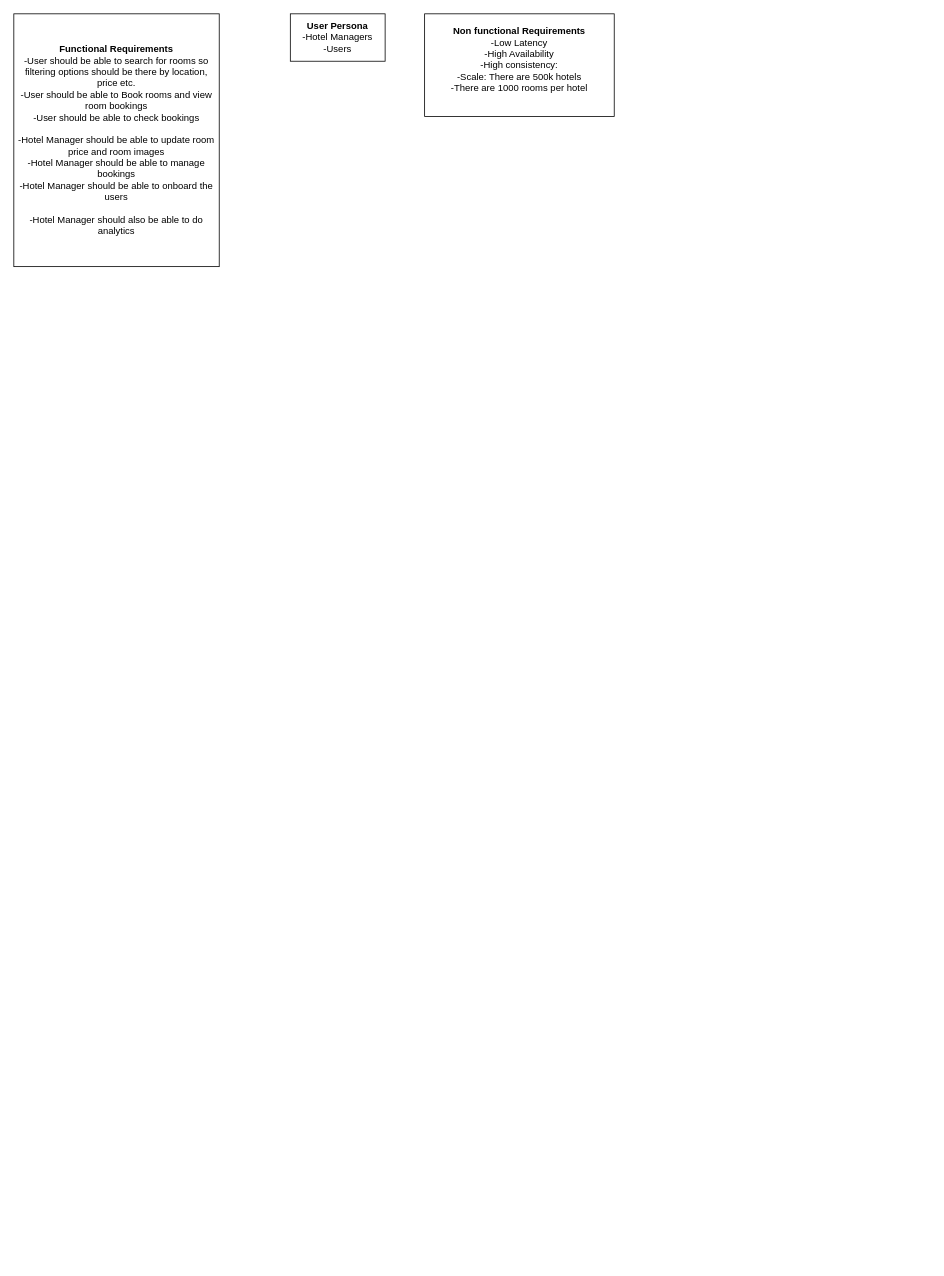
The draw.io diagram Untitled Diagram.drawio in arnavanuj/system_design, before the edit. Source tidied: cells renumbered, new cells numbered last; positions are measured from the earlier drawing's top-left corner, leaving out a move shared by most shapes. Both pictures are drawn from the tidied source at 79%, with x=0, y=0 at pixel (13, 13).
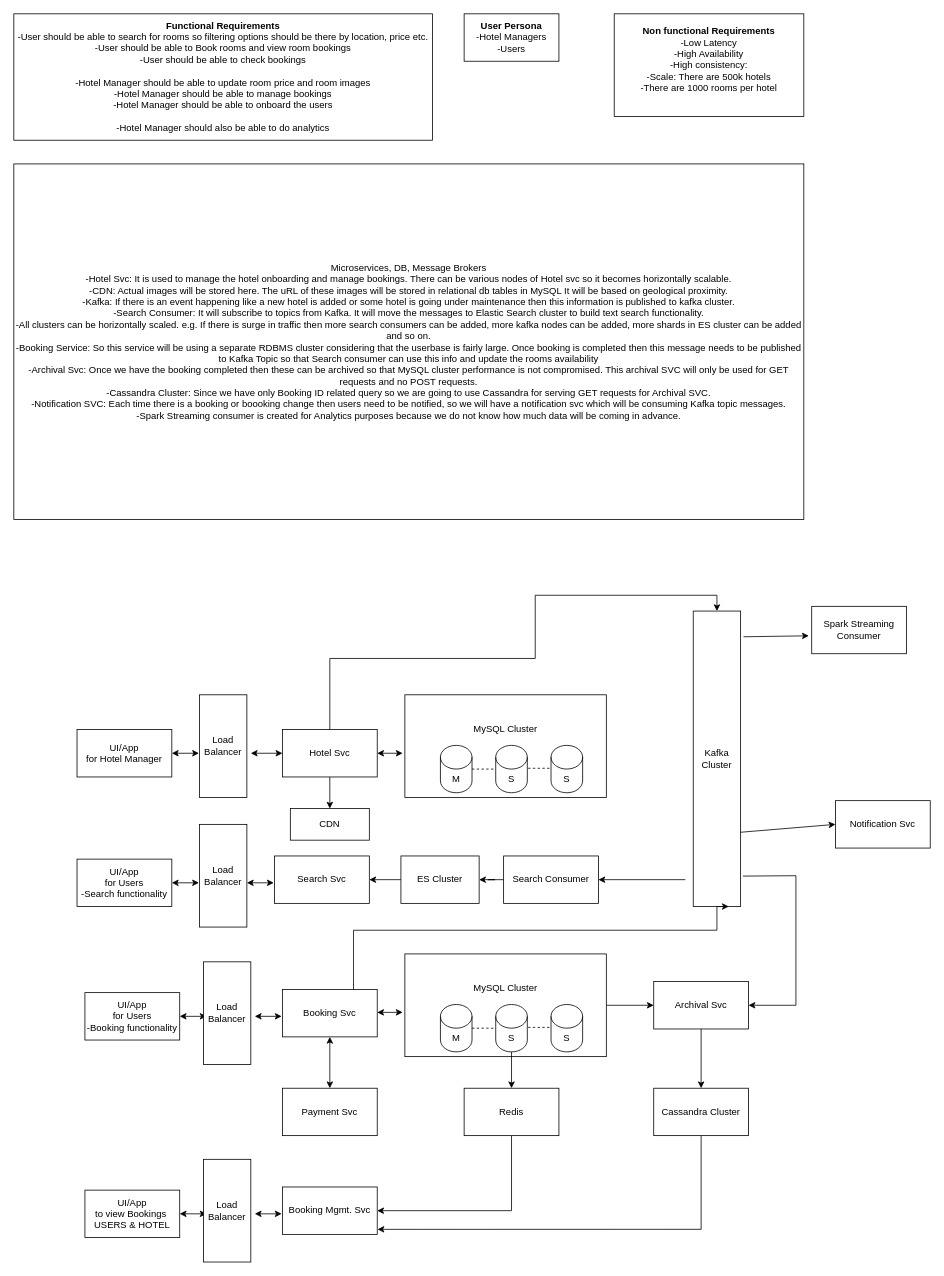
The same diagram, later.

Change to the diagram source:
```diff
@@
     <mxCell id="2" value="&lt;b&gt;User Persona&lt;/b&gt;&lt;div&gt;-Hotel Managers&lt;/div&gt;&lt;div&gt;-Users&lt;/div&gt;" style="rounded=0;whiteSpace=wrap;html=1;" parent="1" vertex="1">
-      <mxGeometry x="350" width="120" height="60" as="geometry" />
+      <mxGeometry x="570" width="120" height="60" as="geometry" />
     </mxCell>
     <mxCell id="3" value="Functional Requirements&lt;div&gt;&lt;span style=&quot;font-weight: normal;&quot;&gt;-User should be able to search for rooms so filtering options should be there by location, price etc.&lt;/span&gt;&lt;/div&gt;&lt;div&gt;&lt;span style=&quot;font-weight: normal;&quot;&gt;-User should be able to Book rooms and view room bookings&lt;/span&gt;&lt;/div&gt;&lt;div&gt;&lt;span style=&quot;font-weight: normal;&quot;&gt;-User should be able to check bookings&lt;/span&gt;&lt;/div&gt;&lt;div&gt;&lt;span style=&quot;font-weight: normal;&quot;&gt;&lt;br&gt;&lt;/span&gt;&lt;/div&gt;&lt;div&gt;&lt;span style=&quot;font-weight: normal;&quot;&gt;-Hotel Manager should be able to update room price and room images&lt;/span&gt;&lt;/div&gt;&lt;div&gt;&lt;span style=&quot;font-weight: normal;&quot;&gt;-Hotel Manager should be able to manage bookings&lt;/span&gt;&lt;/div&gt;&lt;div&gt;&lt;span style=&quot;font-weight: normal;&quot;&gt;-Hotel Manager should be able to onboard the users&lt;/span&gt;&lt;/div&gt;&lt;div&gt;&lt;span style=&quot;font-weight: normal;&quot;&gt;&lt;br&gt;&lt;/span&gt;&lt;/div&gt;&lt;div&gt;&lt;span style=&quot;font-weight: normal;&quot;&gt;-Hotel Manager should also be able to do analytics&lt;/span&gt;&lt;/div&gt;" style="rounded=0;whiteSpace=wrap;html=1;fontStyle=1;" parent="1" vertex="1">
-      <mxGeometry width="260" height="320" as="geometry" />
+      <mxGeometry width="530" height="160" as="geometry" />
     </mxCell>
     <mxCell id="4" value="&lt;b&gt;Non functional Requirements&lt;/b&gt;&lt;div&gt;-Low Latency&lt;/div&gt;&lt;div&gt;-High Availability&lt;/div&gt;&lt;div&gt;-High consistency:&lt;/div&gt;&lt;div&gt;-Scale: There are 500k hotels&lt;/div&gt;&lt;div&gt;-There are 1000 rooms per hotel&lt;/div&gt;&lt;div&gt;&lt;br&gt;&lt;/div&gt;" style="rounded=0;whiteSpace=wrap;html=1;fontStyle=0;" parent="1" vertex="1">
-      <mxGeometry x="520" width="240" height="130" as="geometry" />
+      <mxGeometry x="760" width="240" height="130" as="geometry" />
     </mxCell>
+    <mxCell id="5" value="UI/App&lt;div&gt;for Hotel Manager&lt;/div&gt;" style="rounded=0;whiteSpace=wrap;html=1;" parent="1" vertex="1">
+      <mxGeometry x="80" y="906" width="120" height="60" as="geometry" />
+    </mxCell>
+    <mxCell id="6" value="Microservices, DB, Message Brokers&lt;div&gt;-Hotel Svc: It is used to manage the hotel onboarding and manage bookings. There can be various nodes of Hotel svc so it becomes horizontally scalable.&lt;/div&gt;&lt;div&gt;-CDN: Actual images will be stored here. The uRL of these images will be stored in relational db tables in MySQL It will be based on geological proximity.&lt;/div&gt;&lt;div&gt;-Kafka: If there is an event happening like a new hotel is added or some hotel is going under maintenance then this information is published to kafka cluster.&lt;/div&gt;&lt;div&gt;-Search Consumer: It will subscribe to topics from Kafka. It will move the messages to Elastic Search cluster to build text search functionality.&lt;/div&gt;&lt;div&gt;-All clusters can be horizontally scaled. e.g. If there is surge in traffic then more search consumers can be added, more kafka nodes can be added, more shards in ES cluster can be added and so on.&lt;/div&gt;&lt;div&gt;-Booking Service: So this service will be using a separate RDBMS cluster considering that the userbase is fairly large. Once booking is completed then this message needs to be published to Kafka Topic so that Search consumer can use this info and update the rooms availability&lt;/div&gt;&lt;div&gt;-Archival Svc: Once we have the booking completed then these can be archived so that MySQL cluster performance is not compromised. This archival SVC will only be used for GET requests and no POST requests.&lt;/div&gt;&lt;div&gt;-Cassandra Cluster: Since we have only Booking ID related query so we are going to use Cassandra for serving GET requests for Archival SVC.&lt;/div&gt;&lt;div&gt;-Notification SVC: Each time there is a booking or boooking change then users need to be notified, so we will have a notification svc which will be consuming Kafka topic messages.&lt;/div&gt;&lt;div&gt;-Spark Streaming consumer is created for Analytics purposes because we do not know how much data will be coming in advance.&lt;/div&gt;" style="rounded=0;whiteSpace=wrap;html=1;" parent="1" vertex="1">
+      <mxGeometry y="190" width="1000" height="450" as="geometry" />
+    </mxCell>
+    <mxCell id="7" value="Load&lt;div&gt;Balancer&lt;/div&gt;" style="rounded=0;whiteSpace=wrap;html=1;" parent="1" vertex="1">
+      <mxGeometry x="235" y="862" width="60" height="130" as="geometry" />
+    </mxCell>
+    <mxCell id="8" style="endArrow=classic;startArrow=classic;html=1;rounded=0;entryX=-0.011;entryY=0.569;entryDx=0;entryDy=0;entryPerimeter=0;" parent="1" edge="1" target="7">
+      <mxGeometry relative="1" as="geometry">
+        <mxPoint x="200" y="936" as="sourcePoint" />
+      </mxGeometry>
+    </mxCell>
+    <mxCell id="9" style="edgeStyle=orthogonalEdgeStyle;rounded=0;jettySize=auto;html=1;" parent="1" edge="1" source="11" target="20">
+      <mxGeometry relative="1" as="geometry" />
+    </mxCell>
+    <mxCell id="10" style="edgeStyle=orthogonalEdgeStyle;rounded=0;jettySize=auto;html=1;entryX=0.5;entryY=0;entryDx=0;entryDy=0;" parent="1" edge="1" source="11" target="21">
+      <mxGeometry relative="1" as="geometry">
+        <Array as="points">
+          <mxPoint x="400" y="816" />
+          <mxPoint x="660" y="816" />
+          <mxPoint x="660" y="736" />
+          <mxPoint x="890" y="736" />
+        </Array>
+      </mxGeometry>
+    </mxCell>
+    <mxCell id="11" value="Hotel Svc" style="rounded=0;whiteSpace=wrap;html=1;" parent="1" vertex="1">
+      <mxGeometry x="340" y="906" width="120" height="60" as="geometry" />
+    </mxCell>
+    <mxCell id="12" value="MySQL Cluster&lt;div&gt;&lt;br&gt;&lt;/div&gt;&lt;div&gt;&lt;br&gt;&lt;/div&gt;&lt;div&gt;&lt;br&gt;&lt;/div&gt;" style="rounded=0;whiteSpace=wrap;html=1;" parent="1" vertex="1">
+      <mxGeometry x="495" y="862" width="255" height="130" as="geometry" />
+    </mxCell>
+    <mxCell id="13" style="endArrow=classic;startArrow=classic;html=1;rounded=0;entryX=-0.011;entryY=0.569;entryDx=0;entryDy=0;entryPerimeter=0;" parent="1" edge="1" target="12">
+      <mxGeometry relative="1" as="geometry">
+        <mxPoint x="460" y="936" as="sourcePoint" />
+      </mxGeometry>
+    </mxCell>
+    <mxCell id="14" style="endArrow=classic;startArrow=classic;html=1;rounded=0;exitX=1.083;exitY=0.569;exitDx=0;exitDy=0;exitPerimeter=0;entryX=0;entryY=0.5;entryDx=0;entryDy=0;" parent="1" edge="1" source="7" target="11">
+      <mxGeometry relative="1" as="geometry" />
+    </mxCell>
+    <mxCell id="15" value="M" style="shape=cylinder3;whiteSpace=wrap;html=1;boundedLbl=1;backgroundOutline=1;size=15;" parent="1" vertex="1">
+      <mxGeometry x="540" y="926" width="40" height="60" as="geometry" />
+    </mxCell>
+    <mxCell id="16" value="S" style="shape=cylinder3;whiteSpace=wrap;html=1;boundedLbl=1;backgroundOutline=1;size=15;" parent="1" vertex="1">
+      <mxGeometry x="610" y="926" width="40" height="60" as="geometry" />
+    </mxCell>
+    <mxCell id="17" value="S" style="shape=cylinder3;whiteSpace=wrap;html=1;boundedLbl=1;backgroundOutline=1;size=15;" parent="1" vertex="1">
+      <mxGeometry x="680" y="926" width="40" height="60" as="geometry" />
+    </mxCell>
+    <mxCell id="18" style="endArrow=none;dashed=1;html=1;rounded=0;exitX=1;exitY=0.5;exitDx=0;exitDy=0;exitPerimeter=0;entryX=0;entryY=0.5;entryDx=0;entryDy=0;entryPerimeter=0;" parent="1" edge="1" source="15" target="16">
+      <mxGeometry relative="1" as="geometry" />
+    </mxCell>
+    <mxCell id="19" style="endArrow=none;dashed=1;html=1;rounded=0;exitX=1;exitY=0.5;exitDx=0;exitDy=0;exitPerimeter=0;entryX=0;entryY=0.5;entryDx=0;entryDy=0;entryPerimeter=0;" parent="1" edge="1">
+      <mxGeometry relative="1" as="geometry">
+        <mxPoint x="651" y="955" as="sourcePoint" />
+        <mxPoint x="681" y="955" as="targetPoint" />
+      </mxGeometry>
+    </mxCell>
+    <mxCell id="20" value="CDN" style="rounded=0;whiteSpace=wrap;html=1;" parent="1" vertex="1">
+      <mxGeometry x="350" y="1006" width="100" height="40" as="geometry" />
+    </mxCell>
+    <mxCell id="21" value="Kafka Cluster" style="rounded=0;whiteSpace=wrap;html=1;" parent="1" vertex="1">
+      <mxGeometry x="860" y="756" width="60" height="374" as="geometry" />
+    </mxCell>
+    <mxCell id="22" style="edgeStyle=orthogonalEdgeStyle;rounded=0;jettySize=auto;html=1;" parent="1" edge="1" source="23" target="26">
+      <mxGeometry relative="1" as="geometry" />
+    </mxCell>
+    <mxCell id="23" value="Search Consumer" style="rounded=0;whiteSpace=wrap;html=1;" parent="1" vertex="1">
+      <mxGeometry x="620" y="1066" width="120" height="60" as="geometry" />
+    </mxCell>
+    <mxCell id="24" style="endArrow=classic;html=1;rounded=0;entryX=1;entryY=0.5;entryDx=0;entryDy=0;" parent="1" edge="1" target="23">
+      <mxGeometry relative="1" as="geometry">
+        <mxPoint x="850" y="1096" as="sourcePoint" />
+      </mxGeometry>
+    </mxCell>
+    <mxCell id="25" style="edgeStyle=orthogonalEdgeStyle;rounded=0;jettySize=auto;html=1;" parent="1" edge="1" source="26" target="27">
+      <mxGeometry relative="1" as="geometry" />
+    </mxCell>
+    <mxCell id="26" value="ES Cluster" style="rounded=0;whiteSpace=wrap;html=1;" parent="1" vertex="1">
+      <mxGeometry x="490" y="1066" width="99" height="60" as="geometry" />
+    </mxCell>
+    <mxCell id="27" value="Search Svc" style="rounded=0;whiteSpace=wrap;html=1;" parent="1" vertex="1">
+      <mxGeometry x="330" y="1066" width="120" height="60" as="geometry" />
+    </mxCell>
+    <mxCell id="28" value="UI/App&lt;div&gt;for Users&lt;/div&gt;&lt;div&gt;-Search functionality&lt;/div&gt;" style="rounded=0;whiteSpace=wrap;html=1;" parent="1" vertex="1">
+      <mxGeometry x="80" y="1070" width="120" height="60" as="geometry" />
+    </mxCell>
+    <mxCell id="29" value="Load&lt;div&gt;Balancer&lt;/div&gt;" style="rounded=0;whiteSpace=wrap;html=1;" parent="1" vertex="1">
+      <mxGeometry x="235" y="1026" width="60" height="130" as="geometry" />
+    </mxCell>
+    <mxCell id="30" style="endArrow=classic;startArrow=classic;html=1;rounded=0;entryX=-0.011;entryY=0.569;entryDx=0;entryDy=0;entryPerimeter=0;" parent="1" edge="1" target="29">
+      <mxGeometry relative="1" as="geometry">
+        <mxPoint x="200" y="1100" as="sourcePoint" />
+      </mxGeometry>
+    </mxCell>
+    <mxCell id="31" style="endArrow=classic;startArrow=classic;html=1;rounded=0;entryX=-0.011;entryY=0.569;entryDx=0;entryDy=0;entryPerimeter=0;" parent="1" edge="1">
+      <mxGeometry relative="1" as="geometry">
+        <mxPoint x="295" y="1100" as="sourcePoint" />
+        <mxPoint x="329" y="1100" as="targetPoint" />
+      </mxGeometry>
+    </mxCell>
+    <mxCell id="32" style="edgeStyle=orthogonalEdgeStyle;rounded=0;jettySize=auto;html=1;entryX=0.75;entryY=1;entryDx=0;entryDy=0;" parent="1" edge="1" source="33" target="21">
+      <mxGeometry relative="1" as="geometry">
+        <Array as="points">
+          <mxPoint x="430" y="1160" />
+          <mxPoint x="890" y="1160" />
+          <mxPoint x="890" y="1130" />
+        </Array>
+      </mxGeometry>
+    </mxCell>
+    <mxCell id="33" value="Booking Svc" style="rounded=0;whiteSpace=wrap;html=1;" parent="1" vertex="1">
+      <mxGeometry x="340" y="1235" width="120" height="60" as="geometry" />
+    </mxCell>
+    <mxCell id="34" value="UI/App&lt;div&gt;for Users&lt;/div&gt;&lt;div&gt;-Booking functionality&lt;/div&gt;" style="rounded=0;whiteSpace=wrap;html=1;" parent="1" vertex="1">
+      <mxGeometry x="90" y="1239" width="120" height="60" as="geometry" />
+    </mxCell>
+    <mxCell id="35" style="endArrow=classic;startArrow=classic;html=1;rounded=0;entryX=-0.011;entryY=0.569;entryDx=0;entryDy=0;entryPerimeter=0;" parent="1" edge="1">
+      <mxGeometry relative="1" as="geometry">
+        <mxPoint x="210" y="1269" as="sourcePoint" />
+        <mxPoint x="244" y="1269" as="targetPoint" />
+      </mxGeometry>
+    </mxCell>
+    <mxCell id="36" style="endArrow=classic;startArrow=classic;html=1;rounded=0;entryX=-0.011;entryY=0.569;entryDx=0;entryDy=0;entryPerimeter=0;" parent="1" edge="1">
+      <mxGeometry relative="1" as="geometry">
+        <mxPoint x="305" y="1269" as="sourcePoint" />
+        <mxPoint x="339" y="1269" as="targetPoint" />
+      </mxGeometry>
+    </mxCell>
+    <mxCell id="37" value="Load&lt;div&gt;Balancer&lt;/div&gt;" style="rounded=0;whiteSpace=wrap;html=1;" parent="1" vertex="1">
+      <mxGeometry x="240" y="1200" width="60" height="130" as="geometry" />
+    </mxCell>
+    <mxCell id="38" style="edgeStyle=orthogonalEdgeStyle;rounded=0;jettySize=auto;html=1;" parent="1" edge="1" source="39" target="50">
+      <mxGeometry relative="1" as="geometry" />
+    </mxCell>
+    <mxCell id="39" value="MySQL Cluster&lt;div&gt;&lt;br&gt;&lt;/div&gt;&lt;div&gt;&lt;br&gt;&lt;/div&gt;&lt;div&gt;&lt;br&gt;&lt;/div&gt;" style="rounded=0;whiteSpace=wrap;html=1;" parent="1" vertex="1">
+      <mxGeometry x="495" y="1190" width="255" height="130" as="geometry" />
+    </mxCell>
+    <mxCell id="40" style="endArrow=classic;startArrow=classic;html=1;rounded=0;entryX=-0.011;entryY=0.569;entryDx=0;entryDy=0;entryPerimeter=0;" parent="1" edge="1" target="39">
+      <mxGeometry relative="1" as="geometry">
+        <mxPoint x="460" y="1264" as="sourcePoint" />
+      </mxGeometry>
+    </mxCell>
+    <mxCell id="41" value="M" style="shape=cylinder3;whiteSpace=wrap;html=1;boundedLbl=1;backgroundOutline=1;size=15;" parent="1" vertex="1">
+      <mxGeometry x="540" y="1254" width="40" height="60" as="geometry" />
+    </mxCell>
+    <mxCell id="42" style="edgeStyle=orthogonalEdgeStyle;rounded=0;jettySize=auto;html=1;" parent="1" edge="1" source="43" target="54">
+      <mxGeometry relative="1" as="geometry" />
+    </mxCell>
+    <mxCell id="43" value="S" style="shape=cylinder3;whiteSpace=wrap;html=1;boundedLbl=1;backgroundOutline=1;size=15;" parent="1" vertex="1">
+      <mxGeometry x="610" y="1254" width="40" height="60" as="geometry" />
+    </mxCell>
+    <mxCell id="44" value="S" style="shape=cylinder3;whiteSpace=wrap;html=1;boundedLbl=1;backgroundOutline=1;size=15;" parent="1" vertex="1">
+      <mxGeometry x="680" y="1254" width="40" height="60" as="geometry" />
+    </mxCell>
+    <mxCell id="45" style="endArrow=none;dashed=1;html=1;rounded=0;exitX=1;exitY=0.5;exitDx=0;exitDy=0;exitPerimeter=0;entryX=0;entryY=0.5;entryDx=0;entryDy=0;entryPerimeter=0;" parent="1" edge="1" source="41" target="43">
+      <mxGeometry relative="1" as="geometry" />
+    </mxCell>
+    <mxCell id="46" style="endArrow=none;dashed=1;html=1;rounded=0;exitX=1;exitY=0.5;exitDx=0;exitDy=0;exitPerimeter=0;entryX=0;entryY=0.5;entryDx=0;entryDy=0;entryPerimeter=0;" parent="1" edge="1">
+      <mxGeometry relative="1" as="geometry">
+        <mxPoint x="651" y="1283" as="sourcePoint" />
+        <mxPoint x="681" y="1283" as="targetPoint" />
+      </mxGeometry>
+    </mxCell>
+    <mxCell id="47" value="Payment Svc" style="rounded=0;whiteSpace=wrap;html=1;" parent="1" vertex="1">
+      <mxGeometry x="340" y="1360" width="120" height="60" as="geometry" />
+    </mxCell>
+    <mxCell id="48" style="endArrow=classic;startArrow=classic;html=1;rounded=0;exitX=0.5;exitY=0;exitDx=0;exitDy=0;entryX=0.5;entryY=1;entryDx=0;entryDy=0;" parent="1" edge="1" source="47" target="33">
+      <mxGeometry relative="1" as="geometry" />
+    </mxCell>
+    <mxCell id="49" style="edgeStyle=orthogonalEdgeStyle;rounded=0;jettySize=auto;html=1;" parent="1" edge="1" source="50" target="52">
+      <mxGeometry relative="1" as="geometry" />
+    </mxCell>
+    <mxCell id="50" value="Archival Svc" style="rounded=0;whiteSpace=wrap;html=1;" parent="1" vertex="1">
+      <mxGeometry x="810" y="1225" width="120" height="60" as="geometry" />
+    </mxCell>
+    <mxCell id="51" style="endArrow=classic;html=1;rounded=0;exitX=1.05;exitY=0.897;exitDx=0;exitDy=0;exitPerimeter=0;entryX=1;entryY=0.5;entryDx=0;entryDy=0;" parent="1" edge="1" source="21" target="50">
+      <mxGeometry relative="1" as="geometry">
+        <Array as="points">
+          <mxPoint x="990" y="1091" />
+          <mxPoint x="990" y="1170" />
+          <mxPoint x="990" y="1255" />
+        </Array>
+      </mxGeometry>
+    </mxCell>
+    <mxCell id="52" value="Cassandra Cluster" style="rounded=0;whiteSpace=wrap;html=1;" parent="1" vertex="1">
+      <mxGeometry x="810" y="1360" width="120" height="60" as="geometry" />
+    </mxCell>
+    <mxCell id="53" style="edgeStyle=orthogonalEdgeStyle;rounded=0;jettySize=auto;html=1;exitX=0.5;exitY=1;exitDx=0;exitDy=0;" parent="1" edge="1" source="54" target="55">
+      <mxGeometry relative="1" as="geometry">
+        <Array as="points">
+          <mxPoint x="630" y="1515" />
+        </Array>
+      </mxGeometry>
+    </mxCell>
+    <mxCell id="54" value="Redis" style="rounded=0;whiteSpace=wrap;html=1;" parent="1" vertex="1">
+      <mxGeometry x="570" y="1360" width="120" height="60" as="geometry" />
+    </mxCell>
+    <mxCell id="55" value="Booking Mgmt. Svc" style="rounded=0;whiteSpace=wrap;html=1;" parent="1" vertex="1">
+      <mxGeometry x="340" y="1485" width="120" height="60" as="geometry" />
+    </mxCell>
+    <mxCell id="56" value="UI/App&lt;div&gt;to view Bookings&amp;nbsp;&lt;/div&gt;&lt;div&gt;USERS &amp;amp; HOTEL&lt;/div&gt;" style="rounded=0;whiteSpace=wrap;html=1;" parent="1" vertex="1">
+      <mxGeometry x="90" y="1489" width="120" height="60" as="geometry" />
+    </mxCell>
+    <mxCell id="57" style="endArrow=classic;startArrow=classic;html=1;rounded=0;entryX=-0.011;entryY=0.569;entryDx=0;entryDy=0;entryPerimeter=0;" parent="1" edge="1">
+      <mxGeometry relative="1" as="geometry">
+        <mxPoint x="210" y="1519" as="sourcePoint" />
+        <mxPoint x="244" y="1519" as="targetPoint" />
+      </mxGeometry>
+    </mxCell>
+    <mxCell id="58" style="endArrow=classic;startArrow=classic;html=1;rounded=0;entryX=-0.011;entryY=0.569;entryDx=0;entryDy=0;entryPerimeter=0;" parent="1" edge="1">
+      <mxGeometry relative="1" as="geometry">
+        <mxPoint x="305" y="1519" as="sourcePoint" />
+        <mxPoint x="339" y="1519" as="targetPoint" />
+      </mxGeometry>
+    </mxCell>
+    <mxCell id="59" value="Load&lt;div&gt;Balancer&lt;/div&gt;" style="rounded=0;whiteSpace=wrap;html=1;" parent="1" vertex="1">
+      <mxGeometry x="240" y="1450" width="60" height="130" as="geometry" />
+    </mxCell>
+    <mxCell id="60" style="edgeStyle=orthogonalEdgeStyle;rounded=0;jettySize=auto;html=1;entryX=1.003;entryY=0.894;entryDx=0;entryDy=0;entryPerimeter=0;" parent="1" edge="1" source="52" target="55">
+      <mxGeometry relative="1" as="geometry">
+        <Array as="points">
+          <mxPoint x="870" y="1539" />
+        </Array>
+      </mxGeometry>
+    </mxCell>
+    <mxCell id="61" value="Notification Svc" style="rounded=0;whiteSpace=wrap;html=1;" parent="1" vertex="1">
+      <mxGeometry x="1040" y="996" width="120" height="60" as="geometry" />
+    </mxCell>
+    <mxCell id="62" style="endArrow=classic;html=1;rounded=0;entryX=0;entryY=0.5;entryDx=0;entryDy=0;" parent="1" edge="1" target="61">
+      <mxGeometry relative="1" as="geometry">
+        <mxPoint x="920" y="1036" as="sourcePoint" />
+      </mxGeometry>
+    </mxCell>
+    <mxCell id="63" value="Spark Streaming Consumer" style="rounded=0;whiteSpace=wrap;html=1;" parent="1" vertex="1">
+      <mxGeometry x="1010" y="750" width="120" height="60" as="geometry" />
+    </mxCell>
+    <mxCell id="64" style="endArrow=classic;html=1;rounded=0;exitX=1.061;exitY=0.087;exitDx=0;exitDy=0;exitPerimeter=0;entryX=-0.031;entryY=0.622;entryDx=0;entryDy=0;entryPerimeter=0;" parent="1" edge="1" source="21" target="63">
+      <mxGeometry relative="1" as="geometry" />
+    </mxCell>
```
